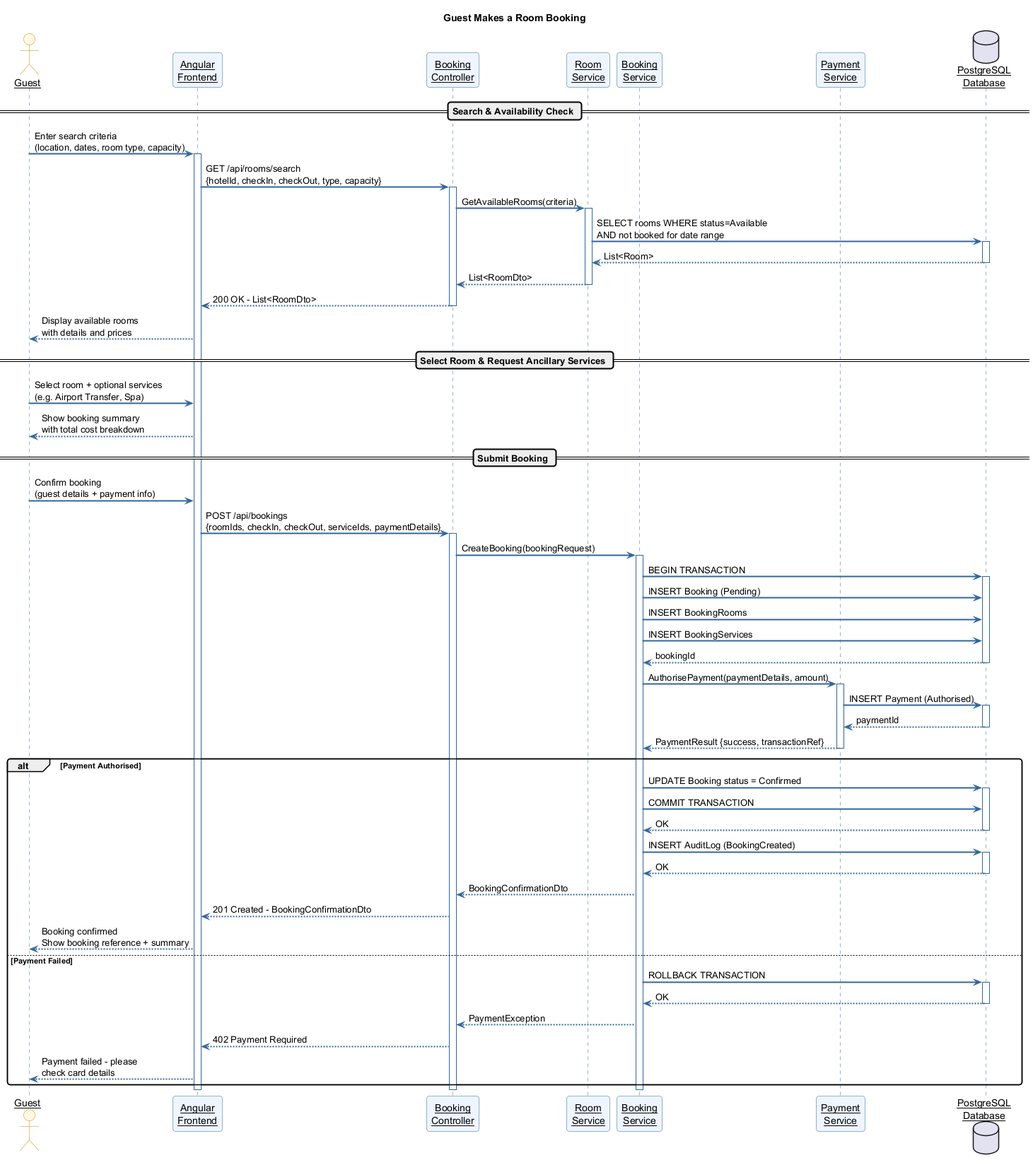
Earlier version of the PlantUML export docs/diagrams/HMS_Seq_MakeBooking.png (NewGate110/Hotel_Management_System).
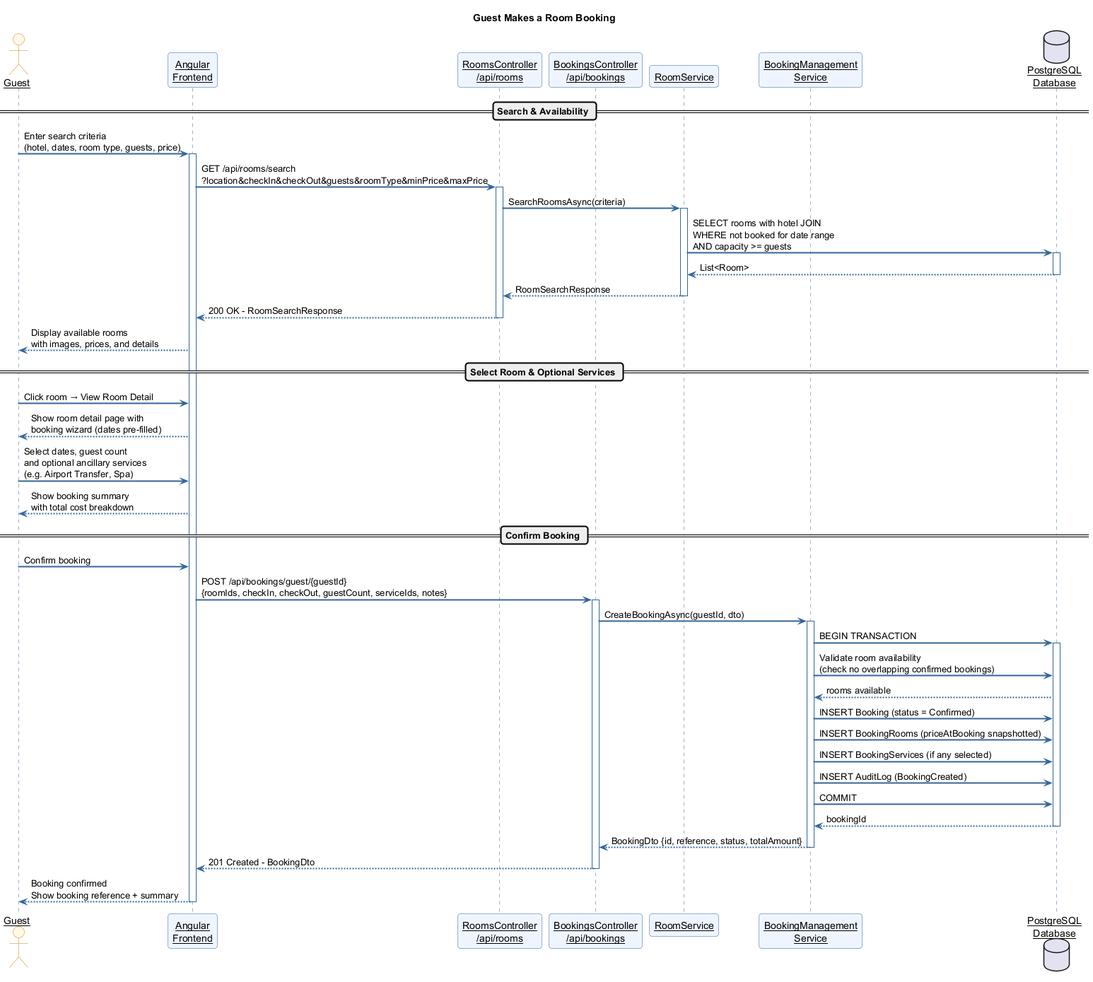
After the commit.

What changed in the source:
```diff
@@ -16,90 +16,71 @@
 
 actor Guest as G
 participant "Angular\nFrontend" as UI
-participant "Booking\nController" as BC
-participant "Room\nService" as RS
-participant "Booking\nService" as BS
-participant "Payment\nService" as PS
+participant "RoomsController\n/api/rooms" as RC
+participant "BookingsController\n/api/bookings" as BC
+participant "RoomService" as RS
+participant "BookingManagement\nService" as BS
 database "PostgreSQL\nDatabase" as DB
 
-== Search & Availability Check ==
+== Search & Availability ==
 
-G -> UI : Enter search criteria\n(location, dates, room type, capacity)
+G -> UI : Enter search criteria\n(hotel, dates, room type, guests, price)
 activate UI
 
-UI -> BC : GET /api/rooms/search\n{hotelId, checkIn, checkOut, type, capacity}
-activate BC
+UI -> RC : GET /api/rooms/search\n?location&checkIn&checkOut&guests&roomType&minPrice&maxPrice
+activate RC
 
-BC -> RS : GetAvailableRooms(criteria)
+RC -> RS : SearchRoomsAsync(criteria)
 activate RS
-RS -> DB : SELECT rooms WHERE status=Available\nAND not booked for date range
+RS -> DB : SELECT rooms with hotel JOIN\nWHERE not booked for date range\nAND capacity >= guests
 activate DB
 DB --> RS : List<Room>
 deactivate DB
-RS --> BC : List<RoomDto>
+RS --> RC : RoomSearchResponse
 deactivate RS
 
-BC --> UI : 200 OK - List<RoomDto>
-deactivate BC
+RC --> UI : 200 OK - RoomSearchResponse
+deactivate RC
 
-UI --> G : Display available rooms\nwith details and prices
+UI --> G : Display available rooms\nwith images, prices, and details
 
-== Select Room & Request Ancillary Services ==
+== Select Room & Optional Services ==
 
-G -> UI : Select room + optional services\n(e.g. Airport Transfer, Spa)
+G -> UI : Click room → View Room Detail
+UI --> G : Show room detail page with\nbooking wizard (dates pre-filled)
+
+G -> UI : Select dates, guest count\nand optional ancillary services\n(e.g. Airport Transfer, Spa)
 UI --> G : Show booking summary\nwith total cost breakdown
 
-== Submit Booking ==
+== Confirm Booking ==
 
-G -> UI : Confirm booking\n(guest details + payment info)
-UI -> BC : POST /api/bookings\n{roomIds, checkIn, checkOut, serviceIds, paymentDetails}
+G -> UI : Confirm booking
+UI -> BC : POST /api/bookings/guest/{guestId}\n{roomIds, checkIn, checkOut, guestCount, serviceIds, notes}
 activate BC
 
-BC -> BS : CreateBooking(bookingRequest)
+BC -> BS : CreateBookingAsync(guestId, dto)
 activate BS
 
 BS -> DB : BEGIN TRANSACTION
 activate DB
-BS -> DB : INSERT Booking (Pending)
-BS -> DB : INSERT BookingRooms
-BS -> DB : INSERT BookingServices
+BS -> DB : Validate room availability\n(check no overlapping confirmed bookings)
+DB --> BS : rooms available
+
+BS -> DB : INSERT Booking (status = Confirmed)
+BS -> DB : INSERT BookingRooms (priceAtBooking snapshotted)
+BS -> DB : INSERT BookingServices (if any selected)
+BS -> DB : INSERT AuditLog (BookingCreated)
+BS -> DB : COMMIT
 DB --> BS : bookingId
 deactivate DB
 
-BS -> PS : AuthorisePayment(paymentDetails, amount)
-activate PS
-PS -> DB : INSERT Payment (Authorised)
-activate DB
-DB --> PS : paymentId
-deactivate DB
-PS --> BS : PaymentResult {success, transactionRef}
-deactivate PS
+BS --> BC : BookingDto {id, reference, status, totalAmount}
+deactivate BS
 
-alt Payment Authorised
-  BS -> DB : UPDATE Booking status = Confirmed
-  activate DB
-  BS -> DB : COMMIT TRANSACTION
-  DB --> BS : OK
-  deactivate DB
-  BS -> DB : INSERT AuditLog (BookingCreated)
-  activate DB
-  DB --> BS : OK
-  deactivate DB
-  BS --> BC : BookingConfirmationDto
-  BC --> UI : 201 Created - BookingConfirmationDto
-  UI --> G : Booking confirmed\nShow booking reference + summary
-else Payment Failed
-  BS -> DB : ROLLBACK TRANSACTION
-  activate DB
-  DB --> BS : OK
-  deactivate DB
-  BS --> BC : PaymentException
-  BC --> UI : 402 Payment Required
-  UI --> G : Payment failed - please\ncheck card details
-end
+BC --> UI : 201 Created - BookingDto
+deactivate BC
 
-deactivate BS
-deactivate BC
+UI --> G : Booking confirmed\nShow booking reference + summary
 deactivate UI
 
 @enduml
```
